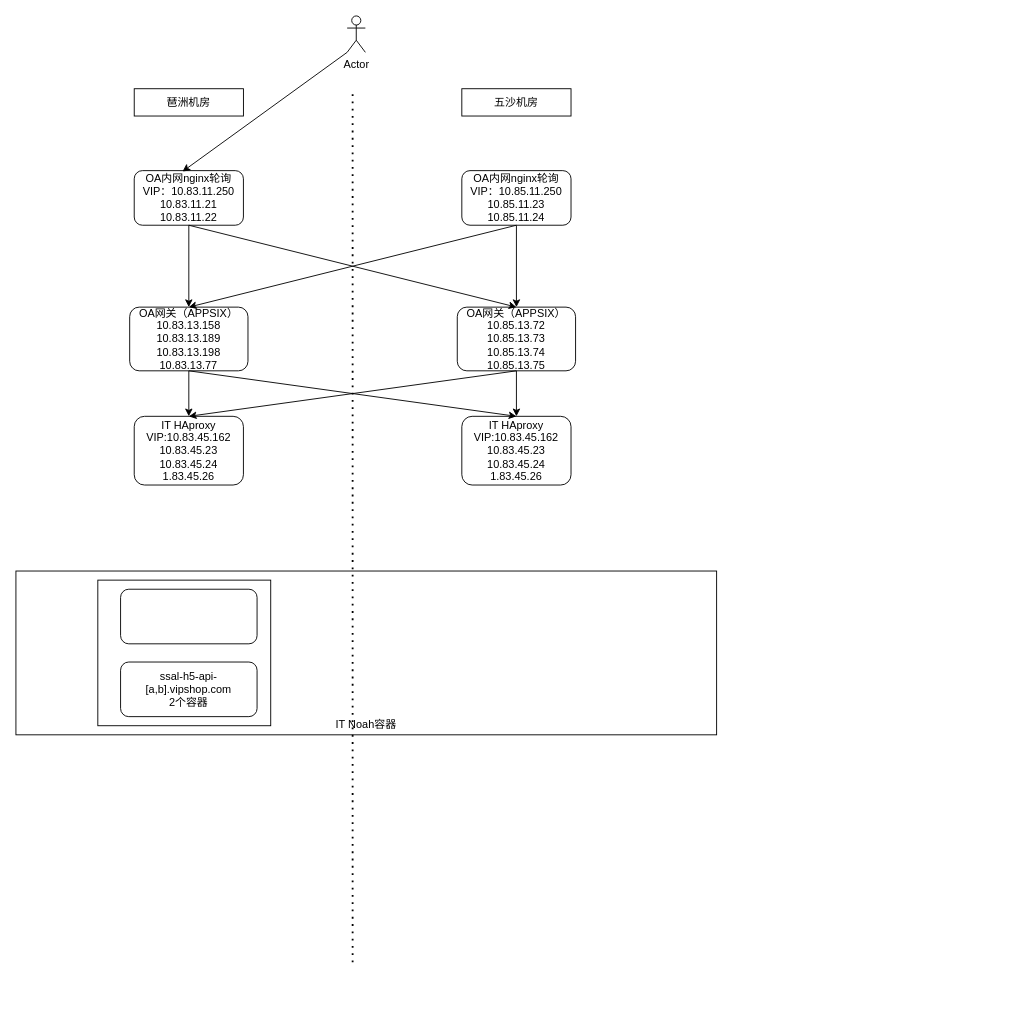
Above: 未命名绘图.drawio in CS-Bob/test (draw.io), before the change. Source tidied: cells renumbered, new cells numbered last; positions are measured from the earlier drawing's top-left corner, leaving out a move shared by most shapes. Both pictures are drawn from the tidied source at 91%, with x=0, y=0 at pixel (15, 15).
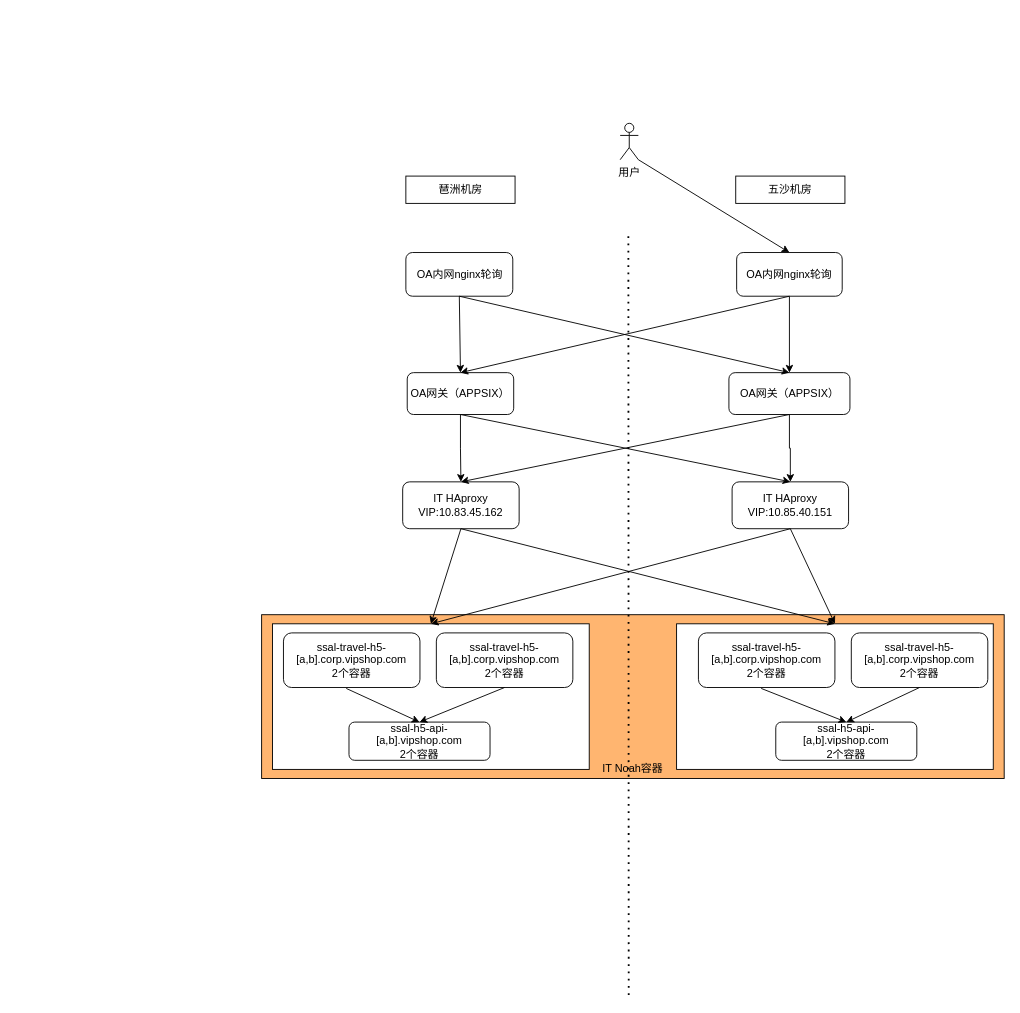
Above is the later version.

Commit message:
更新未命名绘图.drawio

The edit, as a diff of the source:
```diff
@@
-    <mxCell id="2" value="Actor" style="shape=umlActor;verticalLabelPosition=bottom;verticalAlign=top;html=1;outlineConnect=0;" parent="1" vertex="1">
-      <mxGeometry x="364" width="20" height="40" as="geometry" />
+    <mxCell id="2" value="用户" style="shape=umlActor;verticalLabelPosition=bottom;verticalAlign=top;html=1;outlineConnect=0;" parent="1" vertex="1">
+      <mxGeometry x="664" y="118" width="20" height="40" as="geometry" />
     </mxCell>
     <mxCell id="3" value="琶洲机房" style="rounded=0;whiteSpace=wrap;html=1;" parent="1" vertex="1">
-      <mxGeometry x="130" y="80" width="120" height="30" as="geometry" />
+      <mxGeometry x="428.5" y="176" width="120" height="30" as="geometry" />
     </mxCell>
     <mxCell id="4" value="五沙机房" style="rounded=0;whiteSpace=wrap;html=1;" parent="1" vertex="1">
-      <mxGeometry x="490" y="80" width="120" height="30" as="geometry" />
+      <mxGeometry x="791" y="176" width="120" height="30" as="geometry" />
     </mxCell>
-    <mxCell id="5" value="OA内网nginx轮询VIP：10.83.11.250&lt;br&gt;10.83.11.21&lt;br&gt;10.83.11.22" style="rounded=1;whiteSpace=wrap;html=1;" parent="1" vertex="1">
-      <mxGeometry x="130" y="170" width="120" height="60" as="geometry" />
+    <mxCell id="5" value="OA内网nginx轮询" style="rounded=1;whiteSpace=wrap;html=1;" parent="1" vertex="1">
+      <mxGeometry x="428.5" y="260" width="117.5" height="48" as="geometry" />
     </mxCell>
@@
-    <mxCell id="7" value="OA内网nginx轮询VIP：10.85.11.250&lt;br&gt;10.85.11.23&lt;br&gt;10.85.11.24" style="rounded=1;whiteSpace=wrap;html=1;" parent="1" vertex="1">
-      <mxGeometry x="490" y="170" width="120" height="60" as="geometry" />
+    <mxCell id="7" value="OA内网nginx轮询" style="rounded=1;whiteSpace=wrap;html=1;" parent="1" vertex="1">
+      <mxGeometry x="792" y="260" width="116" height="48" as="geometry" />
     </mxCell>
-    <mxCell id="8" style="endArrow=classic;html=1;rounded=0;exitX=0;exitY=1;exitDx=0;exitDy=0;exitPerimeter=0;entryX=0.442;entryY=0.017;entryDx=0;entryDy=0;entryPerimeter=0;" parent="1" edge="1" source="2" target="5">
+    <mxCell id="8" style="endArrow=classic;html=1;rounded=0;exitX=1;exitY=1;exitDx=0;exitDy=0;exitPerimeter=0;entryX=0.5;entryY=0;entryDx=0;entryDy=0;" parent="1" edge="1" source="2" target="7">
       <mxGeometry relative="1" as="geometry" />
     </mxCell>
@@
-    <mxCell id="10" value="OA网关（APPSIX）&lt;br&gt;10.83.13.158&lt;br&gt;10.83.13.189&lt;br&gt;10.83.13.198&lt;br&gt;10.83.13.77&lt;br&gt;" style="rounded=1;whiteSpace=wrap;html=1;" parent="1" vertex="1">
-      <mxGeometry x="125" y="320" width="130" height="70" as="geometry" />
+    <mxCell id="10" value="OA网关（APPSIX）" style="rounded=1;whiteSpace=wrap;html=1;" parent="1" vertex="1">
+      <mxGeometry x="430" y="392" width="117" height="46" as="geometry" />
     </mxCell>
@@
-    <mxCell id="12" value="OA网关（APPSIX）&lt;br&gt;10.85.13.72&lt;br&gt;10.85.13.73&lt;br&gt;10.85.13.74&lt;br&gt;10.85.13.75" style="rounded=1;whiteSpace=wrap;html=1;" parent="1" vertex="1">
-      <mxGeometry x="485" y="320" width="130" height="70" as="geometry" />
+    <mxCell id="12" value="OA网关（APPSIX）&lt;br&gt;" style="rounded=1;whiteSpace=wrap;html=1;" parent="1" vertex="1">
+      <mxGeometry x="783.5" y="392" width="133" height="46" as="geometry" />
     </mxCell>
-    <mxCell id="13" value="IT HAproxy&lt;br&gt;VIP:10.83.45.162&lt;br&gt;10.83.45.23&lt;br&gt;10.83.45.24&lt;br&gt;1.83.45.26" style="rounded=1;whiteSpace=wrap;html=1;" parent="1" vertex="1">
-      <mxGeometry x="130" y="440" width="120" height="75.5" as="geometry" />
+    <mxCell id="13" value="IT HAproxy&lt;br&gt;VIP:10.83.45.162&lt;br&gt;" style="rounded=1;whiteSpace=wrap;html=1;" parent="1" vertex="1">
+      <mxGeometry x="425" y="512" width="128" height="51.5" as="geometry" />
     </mxCell>
-    <mxCell id="14" value="IT HAproxy&lt;br&gt;VIP:10.83.45.162&lt;br&gt;10.83.45.23&lt;br&gt;10.83.45.24&lt;br&gt;1.83.45.26" style="rounded=1;whiteSpace=wrap;html=1;" parent="1" vertex="1">
-      <mxGeometry x="490" y="440" width="120" height="75.5" as="geometry" />
+    <mxCell id="14" value="IT HAproxy&lt;br&gt;VIP:10.85.40.151" style="rounded=1;whiteSpace=wrap;html=1;" parent="1" vertex="1">
+      <mxGeometry x="787" y="512" width="128" height="51.5" as="geometry" />
     </mxCell>
@@
-    <mxCell id="18" value="&lt;br&gt;&lt;br&gt;&lt;br&gt;&lt;br&gt;&lt;br&gt;&lt;br&gt;&lt;br&gt;&lt;br&gt;&lt;br&gt;&lt;br&gt;&lt;br&gt;IT Noah容器" style="rounded=0;whiteSpace=wrap;html=1;" parent="1" vertex="1">
-      <mxGeometry y="610" width="770" height="180" as="geometry" />
+    <mxCell id="18" value="&lt;br&gt;&lt;br&gt;&lt;br&gt;&lt;br&gt;&lt;br&gt;&lt;br&gt;&lt;br&gt;&lt;br&gt;&lt;br&gt;&lt;br&gt;&lt;br&gt;IT Noah容器" style="rounded=0;whiteSpace=wrap;html=1;fillColor=#FFB570;" parent="1" vertex="1">
+      <mxGeometry x="270" y="658" width="816" height="180" as="geometry" />
     </mxCell>
     <mxCell id="19" style="endArrow=none;dashed=1;html=1;dashPattern=1 3;strokeWidth=2;rounded=0;" parent="1" edge="1">
       <mxGeometry relative="1" as="geometry">
-        <mxPoint x="370" y="1040" as="sourcePoint" />
-        <mxPoint x="370" y="80" as="targetPoint" />
+        <mxPoint x="673.4" y="1076" as="sourcePoint" />
+        <mxPoint x="673" y="236" as="targetPoint" />
       </mxGeometry>
     </mxCell>
@@
     <mxCell id="21" style="endArrow=classic;html=1;rounded=0;entryX=0.5;entryY=0;entryDx=0;entryDy=0;" parent="1" edge="1" target="13">
       <mxGeometry relative="1" as="geometry">
-        <mxPoint x="550" y="390" as="sourcePoint" />
+        <mxPoint x="850" y="438" as="sourcePoint" />
       </mxGeometry>
     </mxCell>
     <mxCell id="22" style="rounded=0;whiteSpace=wrap;html=1;" parent="1" vertex="1">
-      <mxGeometry x="90" y="620" width="190" height="160" as="geometry" />
+      <mxGeometry x="282" y="668" width="348" height="160" as="geometry" />
     </mxCell>
-    <mxCell id="23" style="rounded=1;whiteSpace=wrap;html=1;" parent="1" vertex="1">
-      <mxGeometry x="115" y="630" width="150" height="60" as="geometry" />
+    <mxCell id="23" value="ssal-travel-h5-[a,b].corp.vipshop.com&lt;br&gt;2个容器" style="rounded=1;whiteSpace=wrap;html=1;" parent="1" vertex="1">
+      <mxGeometry x="294" y="678" width="150" height="60" as="geometry" />
     </mxCell>
     <mxCell id="24" value="ssal-h5-api-[a,b].vipshop.com&lt;br&gt;2个容器" style="rounded=1;whiteSpace=wrap;html=1;" parent="1" vertex="1">
-      <mxGeometry x="115" y="710" width="150" height="60" as="geometry" />
+      <mxGeometry x="366" y="776" width="155" height="42" as="geometry" />
     </mxCell>
+    <mxCell id="25" value="ssal-travel-h5-[a,b].corp.vipshop.com&lt;br&gt;2个容器" style="rounded=1;whiteSpace=wrap;html=1;" parent="1" vertex="1">
+      <mxGeometry x="462" y="678" width="150" height="60" as="geometry" />
+    </mxCell>
+    <mxCell id="26" style="endArrow=classic;html=1;rounded=0;entryX=0.5;entryY=0;entryDx=0;entryDy=0;exitX=0.46;exitY=1.017;exitDx=0;exitDy=0;exitPerimeter=0;" parent="1" edge="1" source="23" target="24">
+      <mxGeometry relative="1" as="geometry" />
+    </mxCell>
+    <mxCell id="27" style="endArrow=classic;html=1;rounded=0;entryX=0.5;entryY=0;entryDx=0;entryDy=0;exitX=0.5;exitY=1;exitDx=0;exitDy=0;" parent="1" edge="1" source="25" target="24">
+      <mxGeometry relative="1" as="geometry" />
+    </mxCell>
+    <mxCell id="28" style="rounded=0;whiteSpace=wrap;html=1;" parent="1" vertex="1">
+      <mxGeometry x="726" y="668" width="348" height="160" as="geometry" />
+    </mxCell>
+    <mxCell id="29" value="ssal-travel-h5-[a,b].corp.vipshop.com&lt;br&gt;2个容器" style="rounded=1;whiteSpace=wrap;html=1;" parent="1" vertex="1">
+      <mxGeometry x="750" y="678" width="150" height="60" as="geometry" />
+    </mxCell>
+    <mxCell id="30" value="ssal-h5-api-[a,b].vipshop.com&lt;br&gt;2个容器" style="rounded=1;whiteSpace=wrap;html=1;" parent="1" vertex="1">
+      <mxGeometry x="835" y="776" width="155" height="42" as="geometry" />
+    </mxCell>
+    <mxCell id="31" value="ssal-travel-h5-[a,b].corp.vipshop.com&lt;br&gt;2个容器" style="rounded=1;whiteSpace=wrap;html=1;" parent="1" vertex="1">
+      <mxGeometry x="918" y="678" width="150" height="60" as="geometry" />
+    </mxCell>
+    <mxCell id="32" style="endArrow=classic;html=1;rounded=0;entryX=0.5;entryY=0;entryDx=0;entryDy=0;exitX=0.46;exitY=1.017;exitDx=0;exitDy=0;exitPerimeter=0;" parent="1" edge="1" source="29" target="30">
+      <mxGeometry relative="1" as="geometry" />
+    </mxCell>
+    <mxCell id="33" style="endArrow=classic;html=1;rounded=0;entryX=0.5;entryY=0;entryDx=0;entryDy=0;exitX=0.5;exitY=1;exitDx=0;exitDy=0;" parent="1" edge="1" source="31" target="30">
+      <mxGeometry relative="1" as="geometry" />
+    </mxCell>
+    <mxCell id="34" style="endArrow=classic;html=1;rounded=0;exitX=0.5;exitY=1;exitDx=0;exitDy=0;entryX=0.5;entryY=0;entryDx=0;entryDy=0;" parent="1" edge="1" source="13" target="22">
+      <mxGeometry relative="1" as="geometry" />
+    </mxCell>
+    <mxCell id="35" style="endArrow=classic;html=1;rounded=0;exitX=0.5;exitY=1;exitDx=0;exitDy=0;entryX=0.5;entryY=0;entryDx=0;entryDy=0;" parent="1" edge="1" source="14" target="28">
+      <mxGeometry relative="1" as="geometry" />
+    </mxCell>
+    <mxCell id="36" style="endArrow=classic;html=1;rounded=0;entryX=0.5;entryY=0;entryDx=0;entryDy=0;exitX=0.5;exitY=1;exitDx=0;exitDy=0;" parent="1" edge="1" source="13" target="28">
+      <mxGeometry relative="1" as="geometry" />
+    </mxCell>
+    <mxCell id="37" style="endArrow=classic;html=1;rounded=0;exitX=0.5;exitY=1;exitDx=0;exitDy=0;entryX=0.5;entryY=0;entryDx=0;entryDy=0;" parent="1" edge="1" source="14" target="22">
+      <mxGeometry relative="1" as="geometry" />
+    </mxCell>
```
